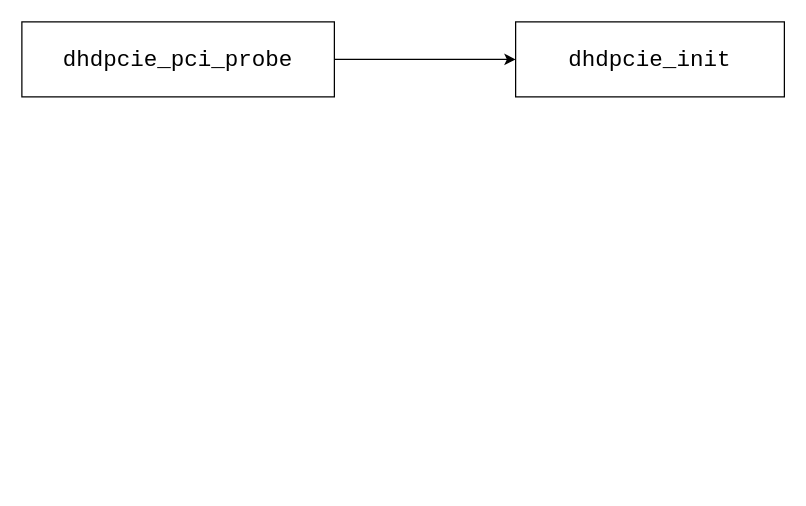
Before: WIFI-PCIE.drawio in zane236/draw.io, a draw.io diagram. Source tidied: cells renumbered, new cells numbered last; positions are measured from the earlier drawing's top-left corner, leaving out a move shared by most shapes. Both pictures are drawn from the tidied source at 125%, with x=0, y=0 at pixel (21, 21).
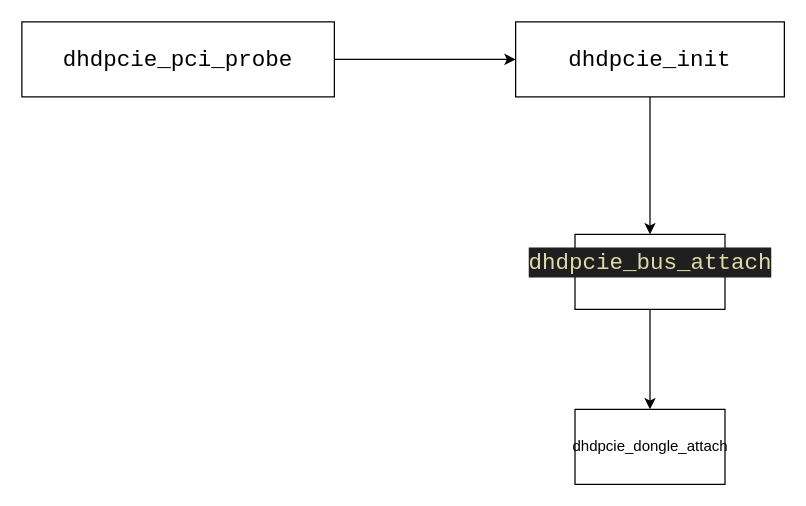
The same diagram, later.

The edit, as a diff of the source:
```diff
@@
 <mxGraphModel>
   <root>
     <mxCell id="0" />
     <mxCell id="1" parent="0" />
     <mxCell id="2" style="edgeStyle=orthogonalEdgeStyle;rounded=0;jettySize=auto;html=1;" parent="1" edge="1" source="3" target="4">
       <mxGeometry relative="1" as="geometry" />
     </mxCell>
     <mxCell id="3" value="&lt;div style=&quot;font-family: Consolas, &amp;quot;Courier New&amp;quot;, monospace; font-size: 18px; line-height: 24px; white-space: pre;&quot;&gt;&lt;span&gt;&lt;font style=&quot;color: rgb(0, 0, 0);&quot;&gt;dhdpcie_pci_probe&lt;/font&gt;&lt;/span&gt;&lt;/div&gt;" style="rounded=0;whiteSpace=wrap;html=1;" parent="1" vertex="1">
       <mxGeometry width="250" height="60" as="geometry" />
     </mxCell>
+    <mxCell id="5" style="edgeStyle=orthogonalEdgeStyle;rounded=0;jettySize=auto;html=1;" parent="1" edge="1" source="4" target="7">
+      <mxGeometry relative="1" as="geometry" />
+    </mxCell>
     <mxCell id="4" value="&lt;div style=&quot;font-family: Consolas, &amp;quot;Courier New&amp;quot;, monospace; font-size: 18px; line-height: 24px; white-space: pre;&quot;&gt;&lt;span&gt;&lt;font style=&quot;color: rgb(0, 0, 0);&quot;&gt;dhdpcie_init&lt;/font&gt;&lt;/span&gt;&lt;/div&gt;" style="whiteSpace=wrap;html=1;rounded=0;" parent="1" vertex="1">
       <mxGeometry x="395" width="215" height="60" as="geometry" />
     </mxCell>
+    <mxCell id="6" style="edgeStyle=orthogonalEdgeStyle;rounded=0;jettySize=auto;html=1;" parent="1" edge="1" source="7" target="8">
+      <mxGeometry relative="1" as="geometry" />
+    </mxCell>
+    <mxCell id="7" value="&#10;&lt;div style=&quot;color: #cccccc;background-color: #1f1f1f;font-family: Consolas, 'Courier New', monospace;font-weight: normal;font-size: 18px;line-height: 24px;white-space: pre;&quot;&gt;&lt;div&gt;&lt;span style=&quot;color: #dcdcaa;&quot;&gt;dhdpcie_bus_attach&lt;/span&gt;&lt;/div&gt;&lt;/div&gt;&#10;&#10;" style="rounded=0;whiteSpace=wrap;html=1;" parent="1" vertex="1">
+      <mxGeometry x="442.5" y="170" width="120" height="60" as="geometry" />
+    </mxCell>
+    <mxCell id="8" value="dhdpcie_dongle_attach" style="whiteSpace=wrap;html=1;rounded=0;" parent="1" vertex="1">
+      <mxGeometry x="442.5" y="310" width="120" height="60" as="geometry" />
+    </mxCell>
   </root>
 </mxGraphModel>
```
